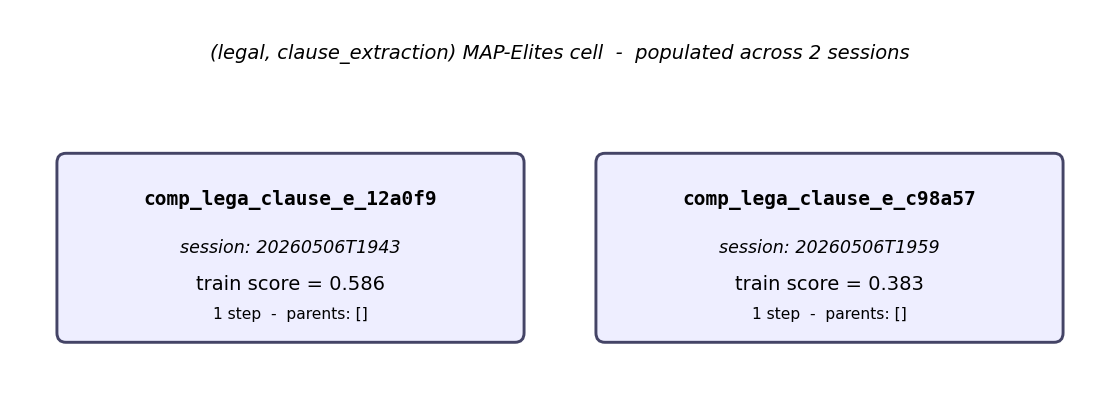
Earlier version of the Graphviz export report/figures/lineage.png (lukastojiljkovic/stem-agent). Its source is kept beside it as tool_library/lineage.dot.
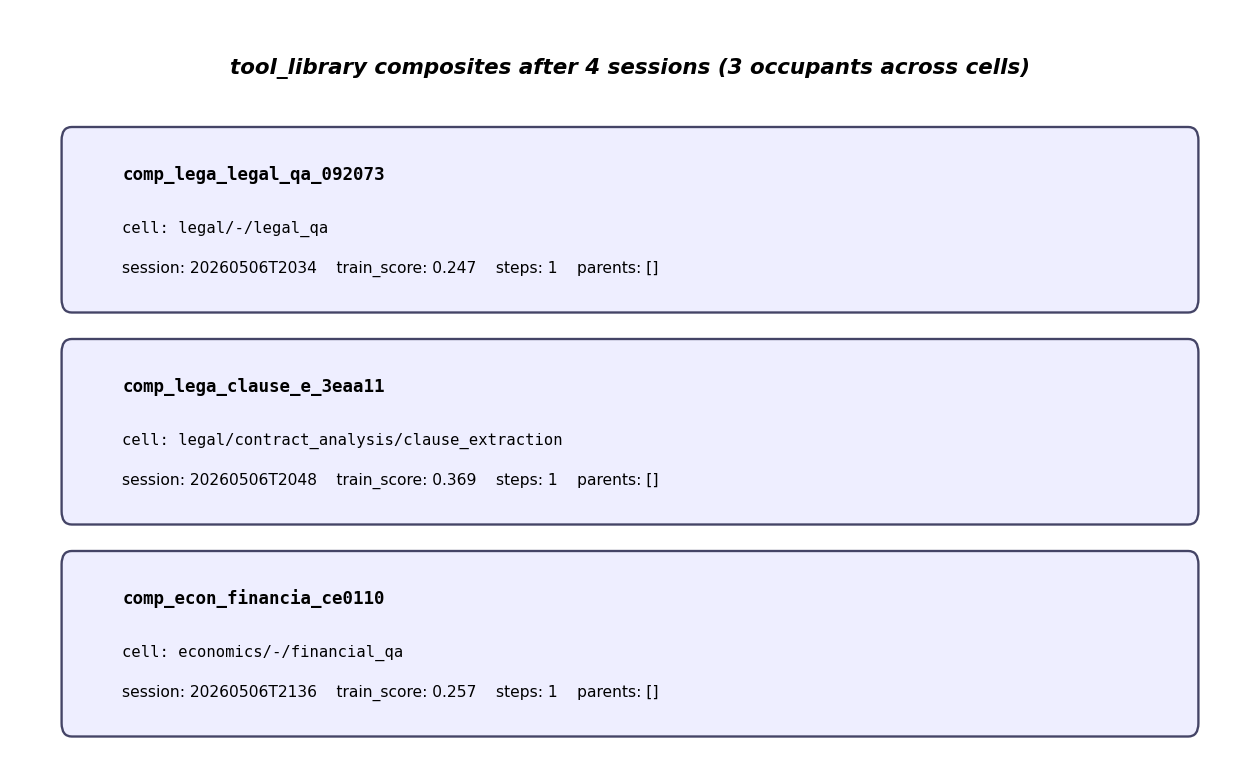
The same diagram one commit later.

Change to the diagram source:
```diff
@@ -1,10 +1,19 @@
 digraph Lineage {
   rankdir="LR";
   node [shape=box, style="rounded,filled", fillcolor="#eef"];
+  subgraph cluster_legal_legal_qa {
+    label="legal / legal_qa";
+    style=dashed;
+    "comp_lega_legal_qa_092073" [label="comp_lega_legal_qa_092073\nscore=0.25"];
+  }
   subgraph cluster_legal_clause_extraction {
     label="legal / clause_extraction";
     style=dashed;
-    "comp_lega_clause_e_12a0f9" [label="comp_lega_clause_e_12a0f9\nscore=0.59"];
-    "comp_lega_clause_e_c98a57" [label="comp_lega_clause_e_c98a57\nscore=0.38"];
+    "comp_lega_clause_e_3eaa11" [label="comp_lega_clause_e_3eaa11\nscore=0.37"];
+  }
+  subgraph cluster_economics_financial_qa {
+    label="economics / financial_qa";
+    style=dashed;
+    "comp_econ_financia_ce0110" [label="comp_econ_financia_ce0110\nscore=0.26"];
   }
 }
```
